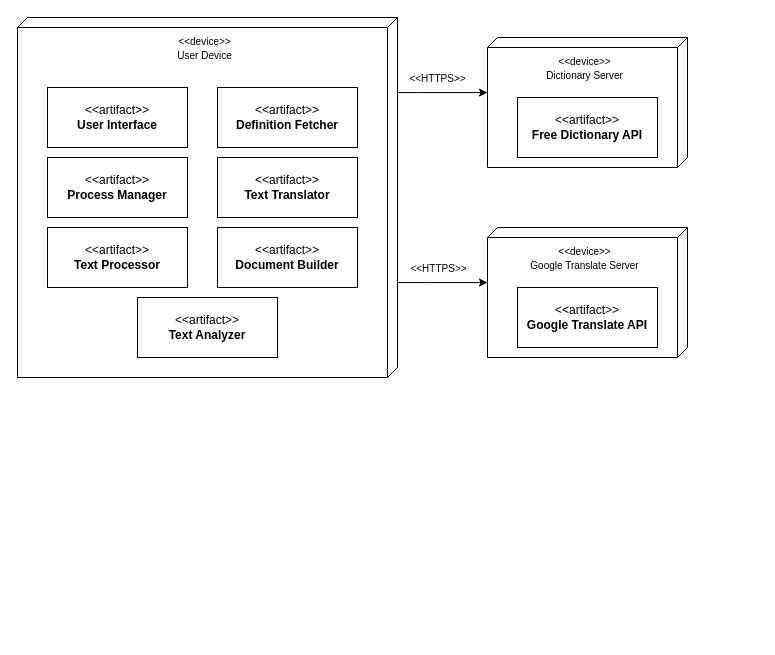
Above: Deployment Diagram/Deployment Diagram-Pancit.drawio in Rndel01/IlocoAdal (draw.io), before the change. Source tidied: cells renumbered, new cells numbered last; positions are measured from the earlier drawing's top-left corner, leaving out a move shared by most shapes. Both pictures are drawn from the tidied source at 100%, with x=0, y=0 at pixel (17, 17).
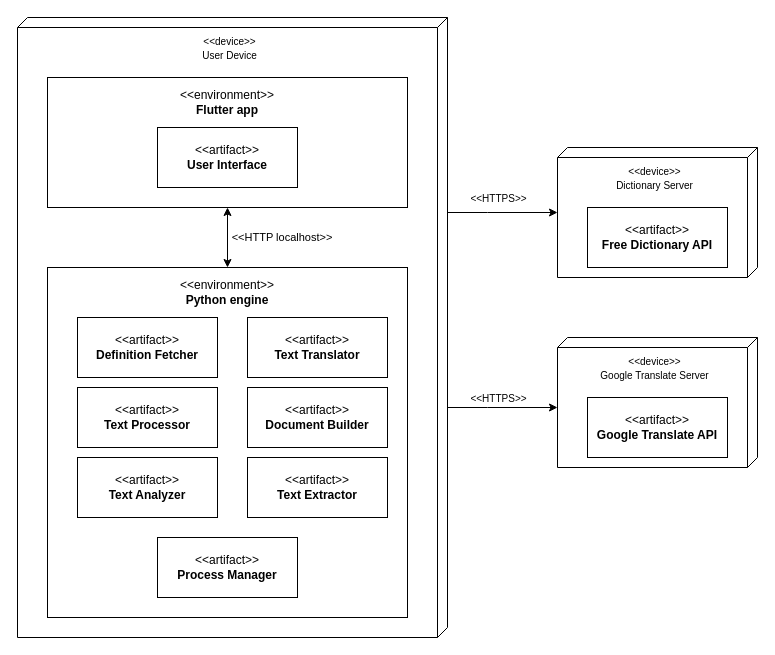
Above is the later version.

Commit message (it also covers changes not shown here):
Updated Deployment Diagram

What changed in the source:
```diff
@@
+    <mxCell id="6" value="&lt;font size=&quot;1&quot;&gt;&amp;lt;&amp;lt;device&amp;gt;&amp;gt;&lt;/font&gt;&lt;div&gt;&lt;font size=&quot;1&quot;&gt;User Device&lt;/font&gt;&lt;/div&gt;" style="verticalAlign=top;align=center;shape=cube;size=10;direction=south;fontStyle=0;html=1;boundedLbl=1;spacingLeft=5;whiteSpace=wrap;" parent="1" vertex="1">
+      <mxGeometry width="430" height="620" as="geometry" />
+    </mxCell>
+    <mxCell id="18" style="edgeStyle=orthogonalEdgeStyle;rounded=0;jettySize=auto;html=1;entryX=0.5;entryY=0;entryDx=0;entryDy=0;defaultLabelBackgroundColor=page;startArrow=classic;startFill=1;" parent="1" edge="1" source="19" target="20">
+      <mxGeometry y="40" relative="1" as="geometry" />
+    </mxCell>
+    <mxCell id="19" style="html=1;align=center;verticalAlign=middle;dashed=0;whiteSpace=wrap;" parent="1" vertex="1">
+      <mxGeometry x="30" y="60" width="360" height="130" as="geometry" />
+    </mxCell>
     <mxCell id="2" style="edgeStyle=orthogonalEdgeStyle;rounded=0;jettySize=auto;html=1;" parent="1" edge="1" source="6" target="7">
       <mxGeometry relative="1" as="geometry">
         <Array as="points">
-          <mxPoint x="400" y="75.1" />
-          <mxPoint x="400" y="75.1" />
+          <mxPoint x="470" y="195" />
+          <mxPoint x="470" y="195" />
         </Array>
       </mxGeometry>
     </mxCell>
     <mxCell id="3" value="&lt;font style=&quot;font-size: 10px;&quot;&gt;&amp;lt;&amp;lt;HTTPS&amp;gt;&amp;gt;&lt;/font&gt;" style="edgeLabel;html=1;align=center;verticalAlign=middle;" parent="2" vertex="1">
       <mxGeometry x="-0.19" y="-1" relative="1" as="geometry">
-        <mxPoint x="3" y="-16" as="offset" />
+        <mxPoint x="5" y="-16" as="offset" />
       </mxGeometry>
     </mxCell>
-    <mxCell id="4" style="edgeStyle=orthogonalEdgeStyle;rounded=0;jettySize=auto;html=1;" parent="1" edge="1" source="6" target="8">
-      <mxGeometry relative="1" as="geometry">
+    <mxCell id="4" style="edgeStyle=orthogonalEdgeStyle;rounded=0;jettySize=auto;html=1;entryX=0;entryY=0;entryDx=70;entryDy=200;entryPerimeter=0;" parent="1" edge="1" source="6" target="8">
+      <mxGeometry x="-0.42" relative="1" as="geometry">
         <Array as="points">
-          <mxPoint x="410" y="265.1" />
-          <mxPoint x="410" y="265.1" />
+          <mxPoint x="470" y="390" />
+          <mxPoint x="470" y="390" />
         </Array>
       </mxGeometry>
     </mxCell>
     <mxCell id="5" value="&lt;span style=&quot;font-size: 10px;&quot;&gt;&amp;lt;&amp;lt;HTTPS&amp;gt;&amp;gt;&lt;/span&gt;" style="edgeLabel;html=1;align=center;verticalAlign=middle;" parent="4" vertex="1">
-      <mxGeometry x="0.02" y="2" relative="1" as="geometry">
-        <mxPoint x="-6" y="-13" as="offset" />
+      <mxGeometry x="-0.41" y="2" relative="1" as="geometry">
+        <mxPoint x="18" y="-8" as="offset" />
       </mxGeometry>
     </mxCell>
-    <mxCell id="6" value="&lt;font size=&quot;1&quot;&gt;&amp;lt;&amp;lt;device&amp;gt;&amp;gt;&lt;/font&gt;&lt;div&gt;&lt;font size=&quot;1&quot;&gt;User Device&lt;/font&gt;&lt;/div&gt;" style="verticalAlign=top;align=center;shape=cube;size=10;direction=south;fontStyle=0;html=1;boundedLbl=1;spacingLeft=5;whiteSpace=wrap;" parent="1" vertex="1">
-      <mxGeometry width="380" height="360" as="geometry" />
-    </mxCell>
     <mxCell id="7" value="&lt;font size=&quot;1&quot;&gt;&amp;lt;&amp;lt;device&amp;gt;&amp;gt;&lt;/font&gt;&lt;div&gt;&lt;font size=&quot;1&quot;&gt;Dictionary Server&lt;/font&gt;&lt;/div&gt;" style="verticalAlign=top;align=center;shape=cube;size=10;direction=south;fontStyle=0;html=1;boundedLbl=1;spacingLeft=5;whiteSpace=wrap;" parent="1" vertex="1">
-      <mxGeometry x="470" y="20" width="200" height="130" as="geometry" />
+      <mxGeometry x="540" y="130" width="200" height="130" as="geometry" />
     </mxCell>
     <mxCell id="8" value="&lt;font size=&quot;1&quot;&gt;&amp;lt;&amp;lt;device&amp;gt;&amp;gt;&lt;/font&gt;&lt;div&gt;&lt;font size=&quot;1&quot;&gt;Google Translate Server&lt;/font&gt;&lt;/div&gt;" style="verticalAlign=top;align=center;shape=cube;size=10;direction=south;fontStyle=0;html=1;boundedLbl=1;spacingLeft=5;whiteSpace=wrap;" parent="1" vertex="1">
-      <mxGeometry x="470" y="210" width="200" height="130" as="geometry" />
+      <mxGeometry x="540" y="320" width="200" height="130" as="geometry" />
     </mxCell>
     <mxCell id="9" value="&amp;lt;&amp;lt;artifact&amp;gt;&amp;gt;&lt;br&gt;&lt;b&gt;User Interface&lt;/b&gt;" style="html=1;align=center;verticalAlign=middle;dashed=0;whiteSpace=wrap;" parent="1" vertex="1">
-      <mxGeometry x="30" y="70" width="140" height="60" as="geometry" />
+      <mxGeometry x="140" y="110" width="140" height="60" as="geometry" />
     </mxCell>
     <mxCell id="10" value="&amp;lt;&amp;lt;artifact&amp;gt;&amp;gt;&lt;br&gt;&lt;b&gt;Google Translate API&lt;/b&gt;" style="html=1;align=center;verticalAlign=middle;dashed=0;whiteSpace=wrap;" parent="1" vertex="1">
-      <mxGeometry x="500" y="270" width="140" height="60" as="geometry" />
+      <mxGeometry x="570" y="380" width="140" height="60" as="geometry" />
     </mxCell>
     <mxCell id="11" value="&amp;lt;&amp;lt;artifact&amp;gt;&amp;gt;&lt;br&gt;&lt;b&gt;Free Dictionary API&lt;/b&gt;" style="html=1;align=center;verticalAlign=middle;dashed=0;whiteSpace=wrap;" parent="1" vertex="1">
-      <mxGeometry x="500" y="80" width="140" height="60" as="geometry" />
+      <mxGeometry x="570" y="190" width="140" height="60" as="geometry" />
     </mxCell>
+    <mxCell id="20" style="html=1;align=center;verticalAlign=middle;dashed=0;whiteSpace=wrap;" parent="1" vertex="1">
+      <mxGeometry x="30" y="250" width="360" height="350" as="geometry" />
+    </mxCell>
     <mxCell id="12" value="&amp;lt;&amp;lt;artifact&amp;gt;&amp;gt;&lt;br&gt;&lt;b&gt;Definition Fetcher&lt;/b&gt;" style="html=1;align=center;verticalAlign=middle;dashed=0;whiteSpace=wrap;" parent="1" vertex="1">
-      <mxGeometry x="200" y="70" width="140" height="60" as="geometry" />
+      <mxGeometry x="60" y="300" width="140" height="60" as="geometry" />
     </mxCell>
     <mxCell id="13" value="&amp;lt;&amp;lt;artifact&amp;gt;&amp;gt;&lt;br&gt;&lt;b&gt;Process Manager&lt;/b&gt;" style="html=1;align=center;verticalAlign=middle;dashed=0;whiteSpace=wrap;" parent="1" vertex="1">
-      <mxGeometry x="30" y="140" width="140" height="60" as="geometry" />
+      <mxGeometry x="140" y="520" width="140" height="60" as="geometry" />
     </mxCell>
     <mxCell id="14" value="&amp;lt;&amp;lt;artifact&amp;gt;&amp;gt;&lt;br&gt;&lt;b&gt;Text Translator&lt;/b&gt;" style="html=1;align=center;verticalAlign=middle;dashed=0;whiteSpace=wrap;" parent="1" vertex="1">
-      <mxGeometry x="200" y="140" width="140" height="60" as="geometry" />
+      <mxGeometry x="230" y="300" width="140" height="60" as="geometry" />
     </mxCell>
     <mxCell id="15" value="&amp;lt;&amp;lt;artifact&amp;gt;&amp;gt;&lt;br&gt;&lt;b&gt;Text Processor&lt;/b&gt;" style="html=1;align=center;verticalAlign=middle;dashed=0;whiteSpace=wrap;" parent="1" vertex="1">
-      <mxGeometry x="30" y="210" width="140" height="60" as="geometry" />
+      <mxGeometry x="60" y="370" width="140" height="60" as="geometry" />
     </mxCell>
     <mxCell id="16" value="&amp;lt;&amp;lt;artifact&amp;gt;&amp;gt;&lt;br&gt;&lt;b&gt;Document Builder&lt;/b&gt;" style="html=1;align=center;verticalAlign=middle;dashed=0;whiteSpace=wrap;" parent="1" vertex="1">
-      <mxGeometry x="200" y="210" width="140" height="60" as="geometry" />
+      <mxGeometry x="230" y="370" width="140" height="60" as="geometry" />
     </mxCell>
     <mxCell id="17" value="&amp;lt;&amp;lt;artifact&amp;gt;&amp;gt;&lt;br&gt;&lt;b&gt;Text Analyzer&lt;/b&gt;" style="html=1;align=center;verticalAlign=middle;dashed=0;whiteSpace=wrap;" parent="1" vertex="1">
-      <mxGeometry x="120" y="280" width="140" height="60" as="geometry" />
+      <mxGeometry x="60" y="440" width="140" height="60" as="geometry" />
     </mxCell>
+    <mxCell id="21" value="&amp;lt;&amp;lt;artifact&amp;gt;&amp;gt;&lt;br&gt;&lt;b&gt;Text Extractor&lt;/b&gt;" style="html=1;align=center;verticalAlign=middle;dashed=0;whiteSpace=wrap;" parent="1" vertex="1">
+      <mxGeometry x="230" y="440" width="140" height="60" as="geometry" />
+    </mxCell>
+    <mxCell id="22" value="&amp;lt;&amp;lt;environment&amp;gt;&amp;gt;&lt;br&gt;&lt;b&gt;Flutter app&lt;/b&gt;" style="text;html=1;whiteSpace=wrap;strokeColor=none;fillColor=none;align=center;verticalAlign=middle;rounded=0;" parent="1" vertex="1">
+      <mxGeometry x="145" y="70" width="130" height="30" as="geometry" />
+    </mxCell>
+    <mxCell id="23" value="&amp;lt;&amp;lt;environment&amp;gt;&amp;gt;&lt;br&gt;&lt;b&gt;Python engine&lt;/b&gt;" style="text;html=1;whiteSpace=wrap;strokeColor=none;fillColor=none;align=center;verticalAlign=middle;rounded=0;" parent="1" vertex="1">
+      <mxGeometry x="145" y="260" width="130" height="30" as="geometry" />
+    </mxCell>
+    <mxCell id="24" value="&lt;font style=&quot;font-size: 11px;&quot;&gt;&amp;lt;&amp;lt;HTTP localhost&amp;gt;&amp;gt;&lt;/font&gt;" style="text;html=1;whiteSpace=wrap;strokeColor=none;fillColor=none;align=center;verticalAlign=middle;rounded=0;" parent="1" vertex="1">
+      <mxGeometry x="210" y="210" width="110" height="20" as="geometry" />
+    </mxCell>
```
